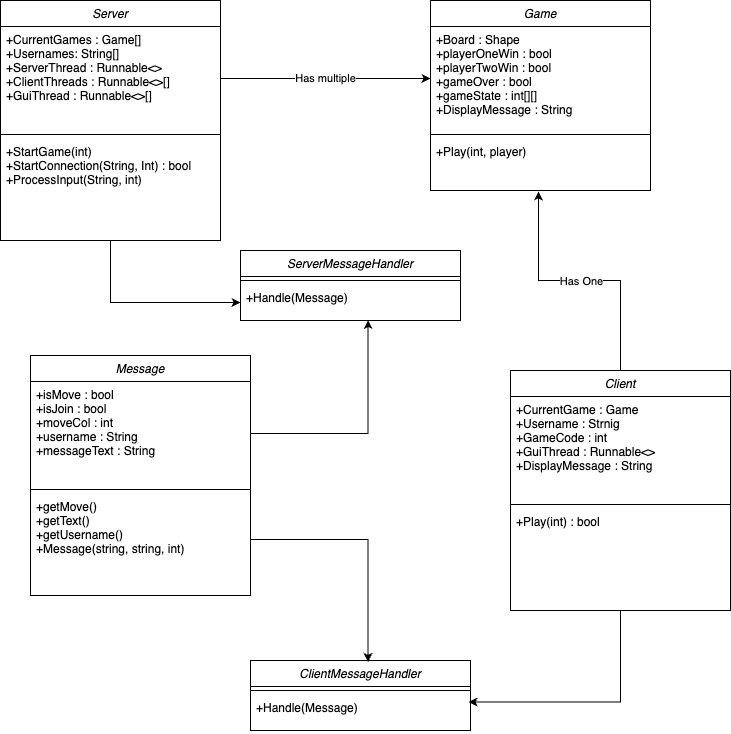
milkchocolatejr/ConnectFour keeps this draw.io diagram as ClassDiagram.png. Above is the earlier version. Source tidied: cells renumbered, new cells last; positions are measured from the earlier drawing's top-left corner, leaving out a move shared by most shapes. The source it was exported from:
```xml
<mxGraphModel>
  <root>
    <mxCell id="0" />
    <mxCell id="1" parent="0" />
    <mxCell id="2" style="edgeStyle=orthogonalEdgeStyle;rounded=0;jettySize=auto;html=1;exitX=0.5;exitY=1;exitDx=0;exitDy=0;" parent="1" edge="1" source="3" target="24">
      <mxGeometry relative="1" as="geometry" />
    </mxCell>
    <mxCell id="3" value="Server" style="swimlane;fontStyle=2;align=center;verticalAlign=top;horizontal=1;startSize=26;rounded=0;shadow=0;strokeWidth=1;" parent="1" vertex="1">
      <mxGeometry width="220" height="240" as="geometry" />
    </mxCell>
    <mxCell id="4" value="+CurrentGames : Game[]&#10;+Usernames: String[]&#10;+ServerThread : Runnable&lt;&gt;&#10;+ClientThreads : Runnable&lt;&gt;[]&#10;+GuiThread : Runnable&lt;&gt;[]&#10;" style="text;align=left;verticalAlign=top;spacingLeft=4;spacingRight=4;overflow=hidden;points=[[0,0.5],[1,0.5]];portConstraint=eastwest;" parent="3" vertex="1">
      <mxGeometry y="26" width="220" height="104" as="geometry" />
    </mxCell>
    <mxCell id="5" style="line;html=1;strokeWidth=1;align=left;verticalAlign=middle;spacingTop=-1;spacingLeft=3;spacingRight=3;labelPosition=right;" parent="3" vertex="1">
      <mxGeometry y="130" width="220" height="8" as="geometry" />
    </mxCell>
    <mxCell id="6" value="+StartGame(int)&#10;+StartConnection(String, Int) : bool&#10;+ProcessInput(String, int)" style="text;align=left;verticalAlign=top;spacingLeft=4;spacingRight=4;overflow=hidden;" parent="3" vertex="1">
      <mxGeometry y="138" width="220" height="52" as="geometry" />
    </mxCell>
    <mxCell id="7" value="Game" style="swimlane;fontStyle=2;align=center;verticalAlign=top;horizontal=1;startSize=26;rounded=0;shadow=0;strokeWidth=1;" parent="1" vertex="1">
      <mxGeometry x="430" width="220" height="190" as="geometry" />
    </mxCell>
    <mxCell id="8" value="+Board : Shape&#10;+playerOneWin : bool&#10;+playerTwoWin : bool&#10;+gameOver : bool&#10;+gameState : int[][]&#10;+DisplayMessage : String&#10;&#10;" style="text;align=left;verticalAlign=top;spacingLeft=4;spacingRight=4;overflow=hidden;points=[[0,0.5],[1,0.5]];portConstraint=eastwest;" parent="7" vertex="1">
      <mxGeometry y="26" width="220" height="104" as="geometry" />
    </mxCell>
    <mxCell id="9" style="line;html=1;strokeWidth=1;align=left;verticalAlign=middle;spacingTop=-1;spacingLeft=3;spacingRight=3;labelPosition=right;" parent="7" vertex="1">
      <mxGeometry y="130" width="220" height="8" as="geometry" />
    </mxCell>
    <mxCell id="10" value="+Play(int, player)" style="text;align=left;verticalAlign=top;spacingLeft=4;spacingRight=4;overflow=hidden;points=[[0,0.5],[1,0.5]];portConstraint=eastwest;" parent="7" vertex="1">
      <mxGeometry y="138" width="220" height="52" as="geometry" />
    </mxCell>
    <mxCell id="11" value="Has multiple" style="edgeStyle=orthogonalEdgeStyle;rounded=0;jettySize=auto;html=1;exitX=1;exitY=0.5;exitDx=0;exitDy=0;entryX=0;entryY=0.5;entryDx=0;entryDy=0;" parent="1" edge="1" source="4" target="8">
      <mxGeometry relative="1" as="geometry" />
    </mxCell>
    <mxCell id="12" value="Client" style="swimlane;fontStyle=2;align=center;verticalAlign=top;horizontal=1;startSize=26;rounded=0;shadow=0;strokeWidth=1;" parent="1" vertex="1">
      <mxGeometry x="510" y="370" width="220" height="240" as="geometry" />
    </mxCell>
    <mxCell id="13" value="+CurrentGame : Game&#10;+Username : Strnig&#10;+GameCode : int&#10;+GuiThread : Runnable&lt;&gt;&#10;+DisplayMessage : String" style="text;align=left;verticalAlign=top;spacingLeft=4;spacingRight=4;overflow=hidden;" parent="12" vertex="1">
      <mxGeometry y="26" width="220" height="104" as="geometry" />
    </mxCell>
    <mxCell id="14" style="line;html=1;strokeWidth=1;align=left;verticalAlign=middle;spacingTop=-1;spacingLeft=3;spacingRight=3;labelPosition=right;" parent="12" vertex="1">
      <mxGeometry y="130" width="220" height="8" as="geometry" />
    </mxCell>
    <mxCell id="15" value="+Play(int) : bool" style="text;align=left;verticalAlign=top;spacingLeft=4;spacingRight=4;overflow=hidden;" parent="12" vertex="1">
      <mxGeometry y="138" width="220" height="52" as="geometry" />
    </mxCell>
    <mxCell id="16" style="edgeStyle=orthogonalEdgeStyle;rounded=0;jettySize=auto;html=1;exitX=0.5;exitY=0;exitDx=0;exitDy=0;entryX=0.491;entryY=1.019;entryDx=0;entryDy=0;entryPerimeter=0;" parent="1" edge="1" source="12" target="10">
      <mxGeometry relative="1" as="geometry" />
    </mxCell>
    <mxCell id="17" value="Has One" style="edgeLabel;html=1;align=center;verticalAlign=middle;" parent="16" vertex="1">
      <mxGeometry x="-0.07" y="3" relative="1" as="geometry">
        <mxPoint x="-9" y="-3" as="offset" />
      </mxGeometry>
    </mxCell>
    <mxCell id="18" value="Message" style="swimlane;fontStyle=2;align=center;verticalAlign=top;horizontal=1;startSize=26;rounded=0;shadow=0;strokeWidth=1;" parent="1" vertex="1">
      <mxGeometry x="30" y="355" width="220" height="240" as="geometry" />
    </mxCell>
    <mxCell id="19" value="+isMove : bool&#10;+isJoin : bool&#10;+moveCol : int&#10;+username : String&#10;+messageText : String" style="text;align=left;verticalAlign=top;spacingLeft=4;spacingRight=4;overflow=hidden;points=[[0,0.5],[1,0.5]];portConstraint=eastwest;" parent="18" vertex="1">
      <mxGeometry y="26" width="220" height="104" as="geometry" />
    </mxCell>
    <mxCell id="20" style="line;html=1;strokeWidth=1;align=left;verticalAlign=middle;spacingTop=-1;spacingLeft=3;spacingRight=3;labelPosition=right;" parent="18" vertex="1">
      <mxGeometry y="130" width="220" height="8" as="geometry" />
    </mxCell>
    <mxCell id="21" value="+getMove()&#10;+getText()&#10;+getUsername()&#10;+Message(string, string, int) " style="text;align=left;verticalAlign=top;spacingLeft=4;spacingRight=4;overflow=hidden;points=[[0,0.5],[1,0.5]];portConstraint=eastwest;" parent="18" vertex="1">
      <mxGeometry y="138" width="220" height="92" as="geometry" />
    </mxCell>
    <mxCell id="22" value="ServerMessageHandler" style="swimlane;fontStyle=2;align=center;verticalAlign=top;horizontal=1;startSize=26;rounded=0;shadow=0;strokeWidth=1;" parent="1" vertex="1">
      <mxGeometry x="240" y="250" width="220" height="70" as="geometry" />
    </mxCell>
    <mxCell id="23" style="line;html=1;strokeWidth=1;align=left;verticalAlign=middle;spacingTop=-1;spacingLeft=3;spacingRight=3;labelPosition=right;" parent="22" vertex="1">
      <mxGeometry y="26" width="220" height="8" as="geometry" />
    </mxCell>
    <mxCell id="24" value="+Handle(Message)" style="text;align=left;verticalAlign=top;spacingLeft=4;spacingRight=4;overflow=hidden;points=[[0,0.5],[1,0.5]];portConstraint=eastwest;" parent="22" vertex="1">
      <mxGeometry y="34" width="220" height="36" as="geometry" />
    </mxCell>
    <mxCell id="25" value="ClientMessageHandler" style="swimlane;fontStyle=2;align=center;verticalAlign=top;horizontal=1;startSize=26;rounded=0;shadow=0;strokeWidth=1;" parent="1" vertex="1">
      <mxGeometry x="250" y="660" width="220" height="70" as="geometry" />
    </mxCell>
    <mxCell id="26" style="line;html=1;strokeWidth=1;align=left;verticalAlign=middle;spacingTop=-1;spacingLeft=3;spacingRight=3;labelPosition=right;" parent="25" vertex="1">
      <mxGeometry y="26" width="220" height="8" as="geometry" />
    </mxCell>
    <mxCell id="27" value="+Handle(Message)" style="text;align=left;verticalAlign=top;spacingLeft=4;spacingRight=4;overflow=hidden;points=[[0,0.5],[1,0.5]];portConstraint=eastwest;" parent="25" vertex="1">
      <mxGeometry y="34" width="220" height="36" as="geometry" />
    </mxCell>
    <mxCell id="28" style="edgeStyle=orthogonalEdgeStyle;rounded=0;jettySize=auto;html=1;exitX=0.5;exitY=1;exitDx=0;exitDy=0;entryX=0.991;entryY=0.208;entryDx=0;entryDy=0;entryPerimeter=0;" parent="1" edge="1" source="12" target="27">
      <mxGeometry relative="1" as="geometry" />
    </mxCell>
    <mxCell id="29" style="edgeStyle=orthogonalEdgeStyle;rounded=0;jettySize=auto;html=1;entryX=0.534;entryY=0.021;entryDx=0;entryDy=0;entryPerimeter=0;" parent="1" edge="1" source="21" target="25">
      <mxGeometry relative="1" as="geometry" />
    </mxCell>
    <mxCell id="30" style="edgeStyle=orthogonalEdgeStyle;rounded=0;jettySize=auto;html=1;exitX=1;exitY=0.5;exitDx=0;exitDy=0;entryX=0.58;entryY=0.986;entryDx=0;entryDy=0;entryPerimeter=0;" parent="1" edge="1" source="19" target="24">
      <mxGeometry relative="1" as="geometry" />
    </mxCell>
  </root>
</mxGraphModel>
```
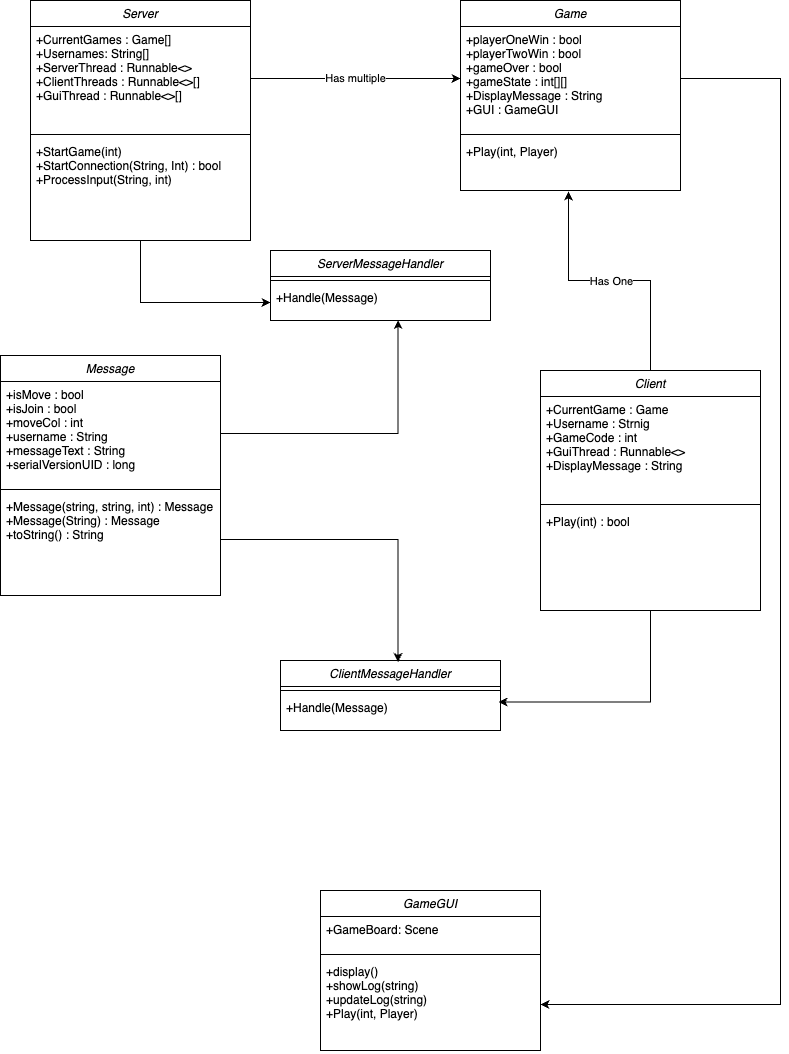
Above is the later version.

What changed in the source:
```diff
@@ -20,13 +20,13 @@
     <mxCell id="7" value="Game" style="swimlane;fontStyle=2;align=center;verticalAlign=top;horizontal=1;startSize=26;rounded=0;shadow=0;strokeWidth=1;" parent="1" vertex="1">
       <mxGeometry x="430" width="220" height="190" as="geometry" />
     </mxCell>
-    <mxCell id="8" value="+Board : Shape&#10;+playerOneWin : bool&#10;+playerTwoWin : bool&#10;+gameOver : bool&#10;+gameState : int[][]&#10;+DisplayMessage : String&#10;&#10;" style="text;align=left;verticalAlign=top;spacingLeft=4;spacingRight=4;overflow=hidden;points=[[0,0.5],[1,0.5]];portConstraint=eastwest;" parent="7" vertex="1">
+    <mxCell id="8" value="+playerOneWin : bool&#10;+playerTwoWin : bool&#10;+gameOver : bool&#10;+gameState : int[][]&#10;+DisplayMessage : String&#10;+GUI : GameGUI" style="text;align=left;verticalAlign=top;spacingLeft=4;spacingRight=4;overflow=hidden;points=[[0,0.5],[1,0.5]];portConstraint=eastwest;" parent="7" vertex="1">
       <mxGeometry y="26" width="220" height="104" as="geometry" />
     </mxCell>
     <mxCell id="9" style="line;html=1;strokeWidth=1;align=left;verticalAlign=middle;spacingTop=-1;spacingLeft=3;spacingRight=3;labelPosition=right;" parent="7" vertex="1">
       <mxGeometry y="130" width="220" height="8" as="geometry" />
     </mxCell>
-    <mxCell id="10" value="+Play(int, player)" style="text;align=left;verticalAlign=top;spacingLeft=4;spacingRight=4;overflow=hidden;points=[[0,0.5],[1,0.5]];portConstraint=eastwest;" parent="7" vertex="1">
+    <mxCell id="10" value="+Play(int, Player)" style="text;align=left;verticalAlign=top;spacingLeft=4;spacingRight=4;overflow=hidden;points=[[0,0.5],[1,0.5]];portConstraint=eastwest;" parent="7" vertex="1">
       <mxGeometry y="138" width="220" height="52" as="geometry" />
     </mxCell>
     <mxCell id="11" value="Has multiple" style="edgeStyle=orthogonalEdgeStyle;rounded=0;jettySize=auto;html=1;exitX=1;exitY=0.5;exitDx=0;exitDy=0;entryX=0;entryY=0.5;entryDx=0;entryDy=0;" parent="1" edge="1" source="4" target="8">
@@ -53,15 +53,15 @@
       </mxGeometry>
     </mxCell>
     <mxCell id="18" value="Message" style="swimlane;fontStyle=2;align=center;verticalAlign=top;horizontal=1;startSize=26;rounded=0;shadow=0;strokeWidth=1;" parent="1" vertex="1">
-      <mxGeometry x="30" y="355" width="220" height="240" as="geometry" />
+      <mxGeometry x="-30" y="355" width="220" height="240" as="geometry" />
     </mxCell>
-    <mxCell id="19" value="+isMove : bool&#10;+isJoin : bool&#10;+moveCol : int&#10;+username : String&#10;+messageText : String" style="text;align=left;verticalAlign=top;spacingLeft=4;spacingRight=4;overflow=hidden;points=[[0,0.5],[1,0.5]];portConstraint=eastwest;" parent="18" vertex="1">
+    <mxCell id="19" value="+isMove : bool&#10;+isJoin : bool&#10;+moveCol : int&#10;+username : String&#10;+messageText : String&#10;+serialVersionUID : long" style="text;align=left;verticalAlign=top;spacingLeft=4;spacingRight=4;overflow=hidden;points=[[0,0.5],[1,0.5]];portConstraint=eastwest;" parent="18" vertex="1">
       <mxGeometry y="26" width="220" height="104" as="geometry" />
     </mxCell>
     <mxCell id="20" style="line;html=1;strokeWidth=1;align=left;verticalAlign=middle;spacingTop=-1;spacingLeft=3;spacingRight=3;labelPosition=right;" parent="18" vertex="1">
       <mxGeometry y="130" width="220" height="8" as="geometry" />
     </mxCell>
-    <mxCell id="21" value="+getMove()&#10;+getText()&#10;+getUsername()&#10;+Message(string, string, int) " style="text;align=left;verticalAlign=top;spacingLeft=4;spacingRight=4;overflow=hidden;points=[[0,0.5],[1,0.5]];portConstraint=eastwest;" parent="18" vertex="1">
+    <mxCell id="21" value="+Message(string, string, int) : Message&#10;+Message(String) : Message&#10;+toString() : String" style="text;align=left;verticalAlign=top;spacingLeft=4;spacingRight=4;overflow=hidden;points=[[0,0.5],[1,0.5]];portConstraint=eastwest;" parent="18" vertex="1">
       <mxGeometry y="138" width="220" height="92" as="geometry" />
     </mxCell>
     <mxCell id="22" value="ServerMessageHandler" style="swimlane;fontStyle=2;align=center;verticalAlign=top;horizontal=1;startSize=26;rounded=0;shadow=0;strokeWidth=1;" parent="1" vertex="1">
@@ -91,5 +91,25 @@
     <mxCell id="30" style="edgeStyle=orthogonalEdgeStyle;rounded=0;jettySize=auto;html=1;exitX=1;exitY=0.5;exitDx=0;exitDy=0;entryX=0.58;entryY=0.986;entryDx=0;entryDy=0;entryPerimeter=0;" parent="1" edge="1" source="19" target="24">
       <mxGeometry relative="1" as="geometry" />
     </mxCell>
+    <mxCell id="31" value="GameGUI" style="swimlane;fontStyle=2;align=center;verticalAlign=top;horizontal=1;startSize=26;rounded=0;shadow=0;strokeWidth=1;" parent="1" vertex="1">
+      <mxGeometry x="290" y="890" width="220" height="160" as="geometry" />
+    </mxCell>
+    <mxCell id="32" value="+GameBoard: Scene" style="text;align=left;verticalAlign=top;spacingLeft=4;spacingRight=4;overflow=hidden;" parent="31" vertex="1">
+      <mxGeometry y="26" width="220" height="34" as="geometry" />
+    </mxCell>
+    <mxCell id="33" style="line;html=1;strokeWidth=1;align=left;verticalAlign=middle;spacingTop=-1;spacingLeft=3;spacingRight=3;labelPosition=right;" parent="31" vertex="1">
+      <mxGeometry y="60" width="220" height="8" as="geometry" />
+    </mxCell>
+    <mxCell id="34" value="+display()&#10;+showLog(string)&#10;+updateLog(string)&#10;+Play(int, Player)" style="text;align=left;verticalAlign=top;spacingLeft=4;spacingRight=4;overflow=hidden;points=[[0,0.5],[1,0.5]];portConstraint=eastwest;" parent="31" vertex="1">
+      <mxGeometry y="68" width="220" height="92" as="geometry" />
+    </mxCell>
+    <mxCell id="35" style="edgeStyle=orthogonalEdgeStyle;rounded=0;jettySize=auto;html=1;exitX=1;exitY=0.5;exitDx=0;exitDy=0;" parent="1" edge="1" source="8" target="34">
+      <mxGeometry relative="1" as="geometry">
+        <Array as="points">
+          <mxPoint x="750" y="78" />
+          <mxPoint x="750" y="1004" />
+        </Array>
+      </mxGeometry>
+    </mxCell>
   </root>
 </mxGraphModel>
```
